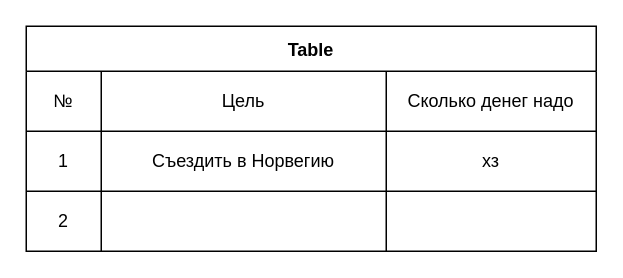
Before: Aims.drawio in Lestrous/diagrams, a draw.io diagram. Source tidied: cells renumbered, new cells numbered last; positions are measured from the earlier drawing's top-left corner, leaving out a move shared by most shapes. Both pictures are drawn from the tidied source at 150%, with x=0, y=0 at pixel (26, 26).
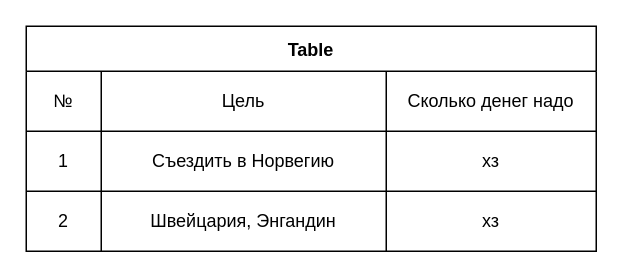
The same diagram, later.

Diff of the diagram source:
```diff
@@
 <mxGraphModel>
   <root>
     <mxCell id="0" />
     <mxCell id="1" parent="0" />
     <mxCell id="2" value="Table" style="shape=table;startSize=30;childLayout=tableLayout;fontStyle=1;align=center;" parent="1" vertex="1">
       <mxGeometry width="380" height="150" as="geometry" />
     </mxCell>
     <mxCell id="3" style="shape=tableRow;horizontal=0;startSize=0;swimlaneHead=0;swimlaneBody=0;top=0;left=0;bottom=0;right=0;fillColor=none;" parent="2" vertex="1">
       <mxGeometry y="30" width="380" height="40" as="geometry" />
     </mxCell>
     <mxCell id="4" value="№" style="shape=partialRectangle;html=1;whiteSpace=wrap;fillColor=none;top=0;left=0;bottom=0;right=0;overflow=hidden;" parent="3" vertex="1">
       <mxGeometry width="50" height="40" as="geometry" />
     </mxCell>
     <mxCell id="5" value="Цель" style="shape=partialRectangle;html=1;whiteSpace=wrap;fillColor=none;top=0;left=0;bottom=0;right=0;overflow=hidden;" parent="3" vertex="1">
       <mxGeometry x="50" width="190" height="40" as="geometry" />
     </mxCell>
     <mxCell id="6" value="Сколько денег надо" style="shape=partialRectangle;html=1;whiteSpace=wrap;fillColor=none;top=0;left=0;bottom=0;right=0;overflow=hidden;" parent="3" vertex="1">
       <mxGeometry x="240" width="140" height="40" as="geometry" />
     </mxCell>
     <mxCell id="7" style="shape=tableRow;horizontal=0;startSize=0;swimlaneHead=0;swimlaneBody=0;top=0;left=0;bottom=0;right=0;fillColor=none;" parent="2" vertex="1">
       <mxGeometry y="70" width="380" height="40" as="geometry" />
     </mxCell>
     <mxCell id="8" value="1" style="shape=partialRectangle;html=1;whiteSpace=wrap;fillColor=none;top=0;left=0;bottom=0;right=0;overflow=hidden;" parent="7" vertex="1">
       <mxGeometry width="50" height="40" as="geometry" />
     </mxCell>
     <mxCell id="9" value="&lt;span&gt;Съездить в Норвегию&lt;/span&gt;" style="shape=partialRectangle;html=1;whiteSpace=wrap;fillColor=none;top=0;left=0;bottom=0;right=0;overflow=hidden;" parent="7" vertex="1">
       <mxGeometry x="50" width="190" height="40" as="geometry" />
     </mxCell>
     <mxCell id="10" value="хз" style="shape=partialRectangle;html=1;whiteSpace=wrap;fillColor=none;top=0;left=0;bottom=0;right=0;overflow=hidden;" parent="7" vertex="1">
       <mxGeometry x="240" width="140" height="40" as="geometry" />
     </mxCell>
     <mxCell id="11" style="shape=tableRow;horizontal=0;startSize=0;swimlaneHead=0;swimlaneBody=0;top=0;left=0;bottom=0;right=0;fillColor=none;" parent="2" vertex="1">
       <mxGeometry y="110" width="380" height="40" as="geometry" />
     </mxCell>
     <mxCell id="12" value="2" style="shape=partialRectangle;html=1;whiteSpace=wrap;fillColor=none;top=0;left=0;bottom=0;right=0;overflow=hidden;" parent="11" vertex="1">
       <mxGeometry width="50" height="40" as="geometry" />
     </mxCell>
-    <mxCell id="13" style="shape=partialRectangle;html=1;whiteSpace=wrap;fillColor=none;top=0;left=0;bottom=0;right=0;overflow=hidden;" parent="11" vertex="1">
+    <mxCell id="13" value="Швейцария, Энгандин" style="shape=partialRectangle;html=1;whiteSpace=wrap;fillColor=none;top=0;left=0;bottom=0;right=0;overflow=hidden;" parent="11" vertex="1">
       <mxGeometry x="50" width="190" height="40" as="geometry" />
     </mxCell>
-    <mxCell id="14" style="shape=partialRectangle;html=1;whiteSpace=wrap;fillColor=none;top=0;left=0;bottom=0;right=0;overflow=hidden;" parent="11" vertex="1">
+    <mxCell id="14" value="&lt;span&gt;хз&lt;/span&gt;" style="shape=partialRectangle;html=1;whiteSpace=wrap;fillColor=none;top=0;left=0;bottom=0;right=0;overflow=hidden;" parent="11" vertex="1">
       <mxGeometry x="240" width="140" height="40" as="geometry" />
     </mxCell>
   </root>
 </mxGraphModel>
```
